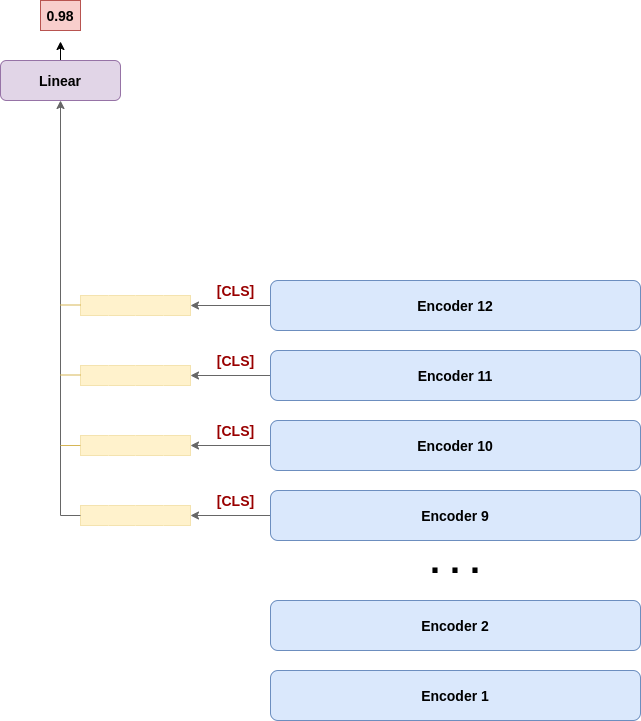
Earlier version of the draw.io export classification_model.png (heraclex12/VLSP2020-Fake-News-Detection). Source tidied: cells renumbered, new cells last; positions are measured from the earlier drawing's top-left corner, leaving out a move shared by most shapes.
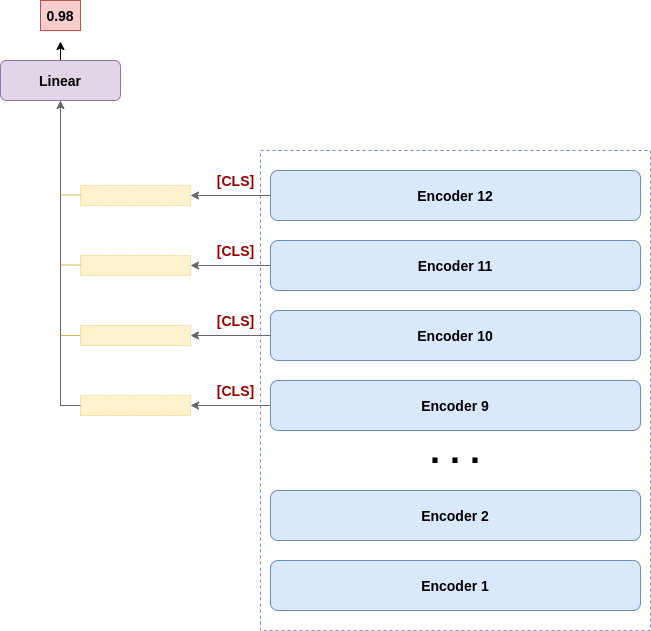
Above is the later version.

Change to the diagram source:
```diff
@@ -119,8 +119,10 @@
     <mxCell id="40" style="shape=partialRectangle;html=1;whiteSpace=wrap;overflow=hidden;fillColor=#fff2cc;top=0;left=0;bottom=0;right=0;strokeColor=#d6b656;" parent="36" vertex="1">
       <mxGeometry x="83" width="27" height="20" as="geometry" />
     </mxCell>
-    <mxCell id="41" style="edgeStyle=orthogonalEdgeStyle;rounded=0;jettySize=auto;html=1;exitX=0;exitY=0.5;exitDx=0;exitDy=0;strokeColor=#666666;entryX=0.5;entryY=1;entryDx=0;entryDy=0;" parent="1" edge="1" source="15" target="46">
-      <mxGeometry relative="1" as="geometry" />
+    <mxCell id="41" style="edgeStyle=orthogonalEdgeStyle;rounded=0;jettySize=auto;html=1;exitX=0;exitY=0.5;exitDx=0;exitDy=0;strokeColor=#666666;" parent="1" edge="1" source="15">
+      <mxGeometry relative="1" as="geometry">
+        <mxPoint x="60" y="210" as="targetPoint" />
+      </mxGeometry>
     </mxCell>
     <mxCell id="42" style="endArrow=none;html=1;fillColor=#fff2cc;strokeColor=#d6b656;" parent="1" edge="1">
       <mxGeometry relative="1" as="geometry">
@@ -142,14 +144,17 @@
     </mxCell>
     <mxCell id="45" style="edgeStyle=orthogonalEdgeStyle;rounded=0;jettySize=auto;html=1;exitX=0.5;exitY=0;exitDx=0;exitDy=0;entryX=0.5;entryY=1.04;entryDx=0;entryDy=0;entryPerimeter=0;" parent="1" edge="1" source="46">
       <mxGeometry relative="1" as="geometry">
-        <mxPoint x="60" y="41" as="targetPoint" />
+        <mxPoint x="60" y="151" as="targetPoint" />
       </mxGeometry>
     </mxCell>
     <mxCell id="46" value="&lt;b&gt;&lt;font style=&quot;font-size: 14px&quot;&gt;Linear&lt;/font&gt;&lt;/b&gt;" style="rounded=1;whiteSpace=wrap;html=1;fillColor=#e1d5e7;strokeColor=#9673a6;" parent="1" vertex="1">
-      <mxGeometry y="60" width="120" height="40" as="geometry" />
+      <mxGeometry y="170" width="120" height="40" as="geometry" />
     </mxCell>
     <mxCell id="47" value="&lt;b&gt;&lt;font style=&quot;font-size: 14px&quot;&gt;0.98&lt;/font&gt;&lt;/b&gt;" style="rounded=0;whiteSpace=wrap;html=1;fillColor=#f8cecc;strokeColor=#b85450;" parent="1" vertex="1">
-      <mxGeometry x="40" width="40" height="30" as="geometry" />
+      <mxGeometry x="40" y="110" width="40" height="30" as="geometry" />
     </mxCell>
+    <mxCell id="48" style="rounded=0;whiteSpace=wrap;html=1;dashed=1;strokeColor=#6c8ebf;fillColor=none;" parent="1" vertex="1">
+      <mxGeometry x="260" y="260" width="390" height="480" as="geometry" />
+    </mxCell>
   </root>
 </mxGraphModel>
```
